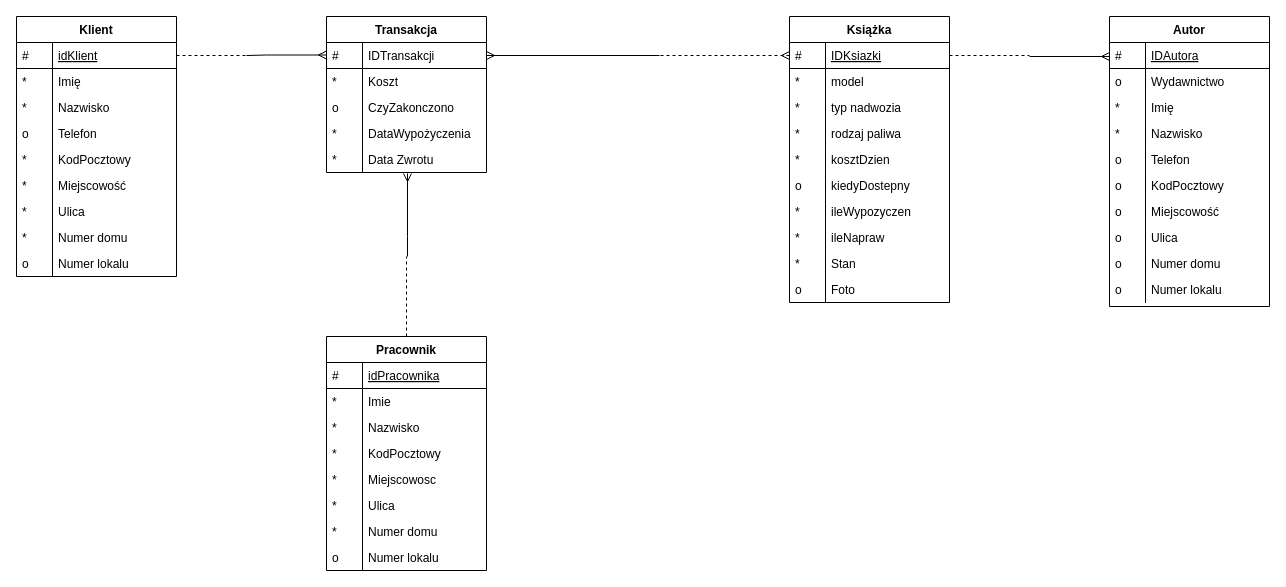
Before: Model ERD.drawio in Moluk34/Studia, a draw.io diagram. Source tidied: cells renumbered, new cells numbered last; positions are measured from the earlier drawing's top-left corner, leaving out a move shared by most shapes. Both pictures are drawn from the tidied source at 100%, with x=0, y=0 at pixel (16, 16).
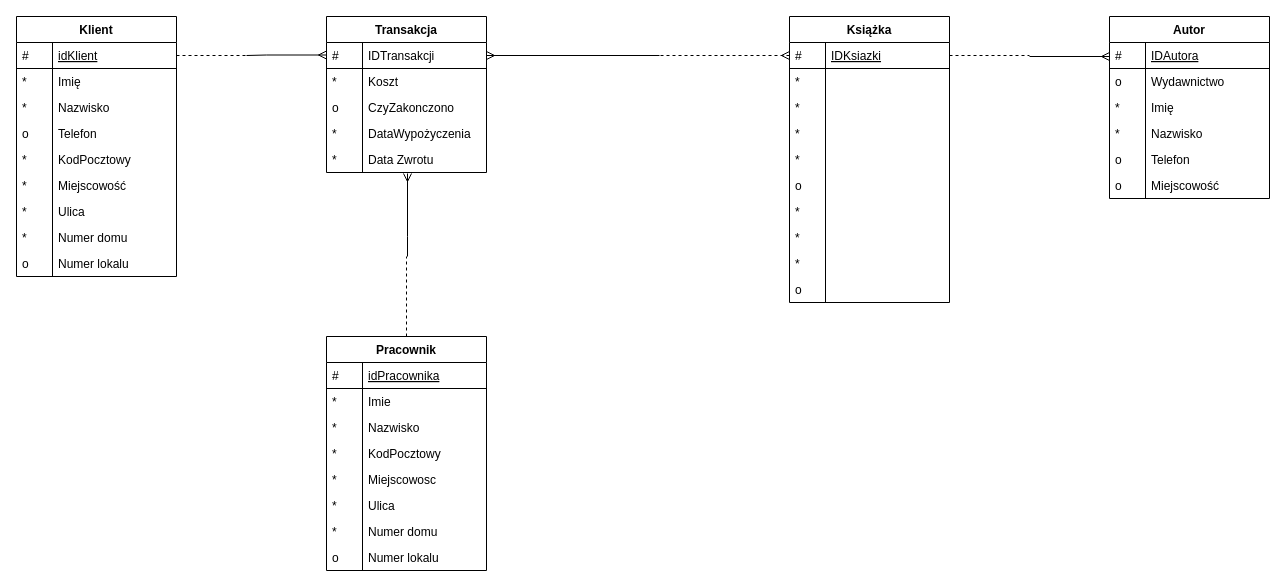
Above is the later version.

Unchanged cells that the change refers to:
```xml
<mxCell id="2" value="Książka" style="swimlane;fontStyle=1;horizontal=1;startSize=26;rounded=0;shadow=0;strokeWidth=1;" parent="1" vertex="1">
  <mxGeometry x="773" width="160" height="286" as="geometry" />
</mxCell>
```

Diff of the diagram source:
```diff
@@
-    <mxCell id="5" value="model" style="shape=partialRectangle;top=0;left=0;right=0;bottom=0;align=left;verticalAlign=top;fillColor=none;spacingLeft=40;spacingRight=4;overflow=hidden;rounded=0;shadow=0;strokeWidth=1;" parent="2" vertex="1">
+    <mxCell id="5" style="shape=partialRectangle;top=0;left=0;right=0;bottom=0;align=left;verticalAlign=top;fillColor=none;spacingLeft=40;spacingRight=4;overflow=hidden;rounded=0;shadow=0;strokeWidth=1;" parent="2" vertex="1">
       <mxGeometry y="52" width="160" height="26" as="geometry" />
     </mxCell>
@@
-    <mxCell id="7" value="typ nadwozia" style="shape=partialRectangle;top=0;left=0;right=0;bottom=0;align=left;verticalAlign=top;fillColor=none;spacingLeft=40;spacingRight=4;overflow=hidden;rounded=0;shadow=0;strokeWidth=1;" parent="2" vertex="1">
+    <mxCell id="7" style="shape=partialRectangle;top=0;left=0;right=0;bottom=0;align=left;verticalAlign=top;fillColor=none;spacingLeft=40;spacingRight=4;overflow=hidden;rounded=0;shadow=0;strokeWidth=1;" parent="2" vertex="1">
       <mxGeometry y="78" width="160" height="26" as="geometry" />
     </mxCell>
@@
-    <mxCell id="9" value="rodzaj paliwa" style="shape=partialRectangle;top=0;left=0;right=0;bottom=0;align=left;verticalAlign=top;fillColor=none;spacingLeft=40;spacingRight=4;overflow=hidden;rounded=0;shadow=0;strokeWidth=1;" parent="2" vertex="1">
+    <mxCell id="9" style="shape=partialRectangle;top=0;left=0;right=0;bottom=0;align=left;verticalAlign=top;fillColor=none;spacingLeft=40;spacingRight=4;overflow=hidden;rounded=0;shadow=0;strokeWidth=1;" parent="2" vertex="1">
       <mxGeometry y="104" width="160" height="26" as="geometry" />
     </mxCell>
@@
-    <mxCell id="11" value="kosztDzien" style="shape=partialRectangle;top=0;left=0;right=0;bottom=0;align=left;verticalAlign=top;fillColor=none;spacingLeft=40;spacingRight=4;overflow=hidden;rounded=0;shadow=0;strokeWidth=1;" parent="2" vertex="1">
+    <mxCell id="11" style="shape=partialRectangle;top=0;left=0;right=0;bottom=0;align=left;verticalAlign=top;fillColor=none;spacingLeft=40;spacingRight=4;overflow=hidden;rounded=0;shadow=0;strokeWidth=1;" parent="2" vertex="1">
       <mxGeometry y="130" width="160" height="26" as="geometry" />
     </mxCell>
@@
-    <mxCell id="13" value="kiedyDostepny&#10;" style="shape=partialRectangle;top=0;left=0;right=0;bottom=0;align=left;verticalAlign=top;fillColor=none;spacingLeft=40;spacingRight=4;overflow=hidden;rounded=0;shadow=0;strokeWidth=1;" parent="2" vertex="1">
+    <mxCell id="13" style="shape=partialRectangle;top=0;left=0;right=0;bottom=0;align=left;verticalAlign=top;fillColor=none;spacingLeft=40;spacingRight=4;overflow=hidden;rounded=0;shadow=0;strokeWidth=1;" parent="2" vertex="1">
       <mxGeometry y="156" width="160" height="26" as="geometry" />
     </mxCell>
@@
-    <mxCell id="15" value="ileWypozyczen" style="shape=partialRectangle;top=0;left=0;right=0;bottom=0;align=left;verticalAlign=top;fillColor=none;spacingLeft=40;spacingRight=4;overflow=hidden;rounded=0;shadow=0;strokeWidth=1;" parent="2" vertex="1">
+    <mxCell id="15" style="shape=partialRectangle;top=0;left=0;right=0;bottom=0;align=left;verticalAlign=top;fillColor=none;spacingLeft=40;spacingRight=4;overflow=hidden;rounded=0;shadow=0;strokeWidth=1;" parent="2" vertex="1">
       <mxGeometry y="182" width="160" height="26" as="geometry" />
     </mxCell>
@@
-    <mxCell id="17" value="ileNapraw" style="shape=partialRectangle;top=0;left=0;right=0;bottom=0;align=left;verticalAlign=top;fillColor=none;spacingLeft=40;spacingRight=4;overflow=hidden;rounded=0;shadow=0;strokeWidth=1;" parent="2" vertex="1">
+    <mxCell id="17" style="shape=partialRectangle;top=0;left=0;right=0;bottom=0;align=left;verticalAlign=top;fillColor=none;spacingLeft=40;spacingRight=4;overflow=hidden;rounded=0;shadow=0;strokeWidth=1;" parent="2" vertex="1">
       <mxGeometry y="208" width="160" height="26" as="geometry" />
     </mxCell>
@@
-    <mxCell id="19" value="Stan" style="shape=partialRectangle;top=0;left=0;right=0;bottom=0;align=left;verticalAlign=top;fillColor=none;spacingLeft=40;spacingRight=4;overflow=hidden;rounded=0;shadow=0;strokeWidth=1;" parent="2" vertex="1">
+    <mxCell id="19" style="shape=partialRectangle;top=0;left=0;right=0;bottom=0;align=left;verticalAlign=top;fillColor=none;spacingLeft=40;spacingRight=4;overflow=hidden;rounded=0;shadow=0;strokeWidth=1;" parent="2" vertex="1">
       <mxGeometry y="234" width="160" height="26" as="geometry" />
     </mxCell>
@@
-    <mxCell id="21" value="Foto" style="shape=partialRectangle;top=0;left=0;right=0;bottom=0;align=left;verticalAlign=top;fillColor=none;spacingLeft=40;spacingRight=4;overflow=hidden;rounded=0;shadow=0;strokeWidth=1;" parent="2" vertex="1">
+    <mxCell id="21" style="shape=partialRectangle;top=0;left=0;right=0;bottom=0;align=left;verticalAlign=top;fillColor=none;spacingLeft=40;spacingRight=4;overflow=hidden;rounded=0;shadow=0;strokeWidth=1;" parent="2" vertex="1">
       <mxGeometry y="260" width="160" height="26" as="geometry" />
     </mxCell>
@@
     <mxCell id="24" value="Autor" style="swimlane;fontStyle=1;horizontal=1;startSize=26;rounded=0;shadow=0;strokeWidth=1;" parent="1" vertex="1">
-      <mxGeometry x="1093" width="160" height="290" as="geometry" />
+      <mxGeometry x="1093" width="160" height="182" as="geometry" />
     </mxCell>
@@
-    <mxCell id="35" value="KodPocztowy" style="shape=partialRectangle;top=0;left=0;right=0;bottom=0;align=left;verticalAlign=top;fillColor=none;spacingLeft=40;spacingRight=4;overflow=hidden;rounded=0;shadow=0;strokeWidth=1;" parent="24" vertex="1">
-      <mxGeometry y="156" width="160" height="26" as="geometry" />
-    </mxCell>
-    <mxCell id="36" value="o" style="shape=partialRectangle;top=0;left=0;bottom=0;fillColor=none;align=left;verticalAlign=top;spacingLeft=4;spacingRight=4;overflow=hidden;" parent="35" vertex="1">
-      <mxGeometry width="36" height="26" as="geometry" />
-    </mxCell>
     <mxCell id="37" value="Miejscowość" style="shape=partialRectangle;top=0;left=0;right=0;bottom=0;align=left;verticalAlign=top;fillColor=none;spacingLeft=40;spacingRight=4;overflow=hidden;rounded=0;shadow=0;strokeWidth=1;" parent="24" vertex="1">
-      <mxGeometry y="182" width="160" height="26" as="geometry" />
+      <mxGeometry y="156" width="160" height="26" as="geometry" />
     </mxCell>
@@
-    <mxCell id="39" value="Ulica" style="shape=partialRectangle;top=0;left=0;right=0;bottom=0;align=left;verticalAlign=top;fillColor=none;spacingLeft=40;spacingRight=4;overflow=hidden;rounded=0;shadow=0;strokeWidth=1;" parent="24" vertex="1">
-      <mxGeometry y="208" width="160" height="26" as="geometry" />
-    </mxCell>
-    <mxCell id="40" value="o" style="shape=partialRectangle;top=0;left=0;bottom=0;fillColor=none;align=left;verticalAlign=top;spacingLeft=4;spacingRight=4;overflow=hidden;" parent="39" vertex="1">
-      <mxGeometry width="36" height="26" as="geometry" />
-    </mxCell>
-    <mxCell id="41" value="Numer domu" style="shape=partialRectangle;top=0;left=0;right=0;bottom=0;align=left;verticalAlign=top;fillColor=none;spacingLeft=40;spacingRight=4;overflow=hidden;rounded=0;shadow=0;strokeWidth=1;" parent="24" vertex="1">
-      <mxGeometry y="234" width="160" height="26" as="geometry" />
-    </mxCell>
-    <mxCell id="42" value="o" style="shape=partialRectangle;top=0;left=0;bottom=0;fillColor=none;align=left;verticalAlign=top;spacingLeft=4;spacingRight=4;overflow=hidden;" parent="41" vertex="1">
-      <mxGeometry width="36" height="26" as="geometry" />
-    </mxCell>
-    <mxCell id="43" value="Numer lokalu" style="shape=partialRectangle;top=0;left=0;right=0;bottom=0;align=left;verticalAlign=top;fillColor=none;spacingLeft=40;spacingRight=4;overflow=hidden;rounded=0;shadow=0;strokeWidth=1;" parent="24" vertex="1">
-      <mxGeometry y="260" width="160" height="26" as="geometry" />
-    </mxCell>
-    <mxCell id="44" value="o" style="shape=partialRectangle;top=0;left=0;bottom=0;fillColor=none;align=left;verticalAlign=top;spacingLeft=4;spacingRight=4;overflow=hidden;" parent="43" vertex="1">
-      <mxGeometry width="36" height="26" as="geometry" />
-    </mxCell>
```
